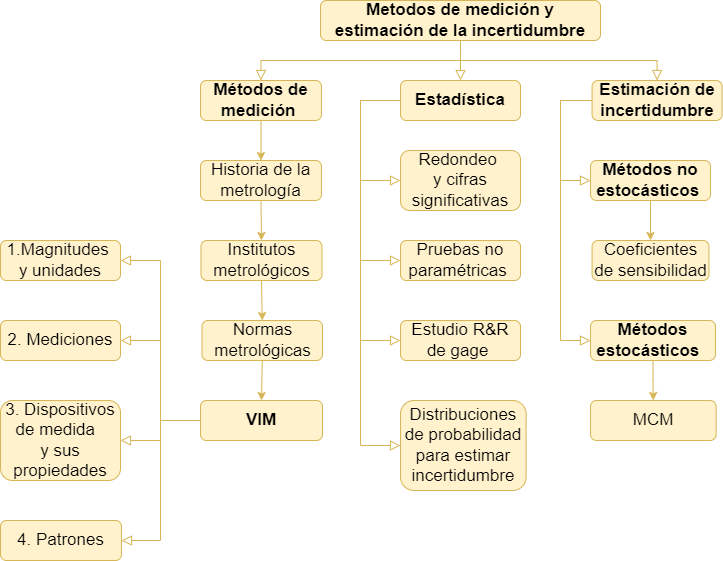
This is imagen/MMEI.png from estadisticaITM/estadisticaITM.github.io, a draw.io export, as it was before one commit. Source tidied: cells renumbered, new cells last; positions are measured from the earlier drawing's top-left corner, leaving out a move shared by most shapes.
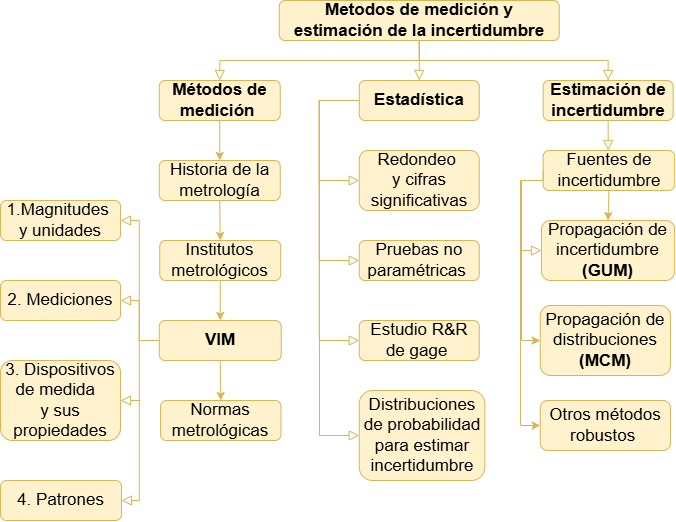
After the commit.

The edit, as a diff of the source:
```diff
@@ -5,147 +5,152 @@
     <mxCell id="2" style="rounded=0;html=1;jettySize=auto;fontSize=17;endArrow=block;endFill=0;endSize=8;strokeWidth=1;shadow=0;labelBackgroundColor=none;edgeStyle=orthogonalEdgeStyle;fillColor=#fff2cc;strokeColor=#d6b656;exitX=0.5;exitY=1;exitDx=0;exitDy=0;entryX=0.5;entryY=0;entryDx=0;entryDy=0;" parent="1" edge="1" source="3" target="5">
       <mxGeometry relative="1" as="geometry">
         <Array as="points">
-          <mxPoint x="460" y="60" />
-          <mxPoint x="261" y="60" />
+          <mxPoint x="378.8" y="60" />
+          <mxPoint x="179.8" y="60" />
         </Array>
       </mxGeometry>
     </mxCell>
     <mxCell id="3" value="&lt;b&gt;Metodos de medición y estimación de la incertidumbre&lt;/b&gt;" style="rounded=1;whiteSpace=wrap;html=1;fontSize=17;glass=0;strokeWidth=1;shadow=0;fillColor=#fff2cc;strokeColor=#d6b656;" parent="1" vertex="1">
-      <mxGeometry x="320" width="280" height="40" as="geometry" />
+      <mxGeometry x="238.8" width="280" height="40" as="geometry" />
     </mxCell>
     <mxCell id="4" style="edgeStyle=orthogonalEdgeStyle;rounded=0;html=1;jettySize=auto;fontSize=17;endArrow=block;endFill=0;endSize=8;strokeWidth=1;shadow=0;labelBackgroundColor=none;fillColor=#fff2cc;strokeColor=#d6b656;exitX=0.5;exitY=1;exitDx=0;exitDy=0;entryX=0.5;entryY=0;entryDx=0;entryDy=0;" parent="1" edge="1" source="3" target="9">
       <mxGeometry y="10" relative="1" as="geometry">
         <Array as="points">
-          <mxPoint x="460" y="60" />
-          <mxPoint x="657" y="60" />
+          <mxPoint x="379" y="60" />
+          <mxPoint x="568" y="60" />
         </Array>
       </mxGeometry>
     </mxCell>
     <mxCell id="5" value="Métodos de medición&amp;nbsp;" style="rounded=1;whiteSpace=wrap;html=1;fontSize=17;glass=0;strokeWidth=1;shadow=0;fillColor=#fff2cc;strokeColor=#d6b656;fontStyle=1;" parent="1" vertex="1">
-      <mxGeometry x="200" y="80" width="121" height="40" as="geometry" />
+      <mxGeometry x="118.8" y="80" width="121" height="40" as="geometry" />
     </mxCell>
     <mxCell id="6" style="edgeStyle=orthogonalEdgeStyle;rounded=0;html=1;jettySize=auto;fontSize=17;endArrow=block;endFill=0;endSize=8;strokeWidth=1;shadow=0;labelBackgroundColor=none;fillColor=#fff2cc;strokeColor=#d6b656;exitX=0;exitY=0.5;exitDx=0;exitDy=0;entryX=0;entryY=0.5;entryDx=0;entryDy=0;" parent="1" edge="1" source="26" target="8">
       <mxGeometry y="10" relative="1" as="geometry">
         <Array as="points">
-          <mxPoint x="360" y="100" />
-          <mxPoint x="360" y="340" />
+          <mxPoint x="278.8" y="100" />
+          <mxPoint x="278.8" y="340" />
         </Array>
       </mxGeometry>
     </mxCell>
     <mxCell id="7" value="&lt;b&gt;VIM&lt;/b&gt;" style="rounded=1;whiteSpace=wrap;html=1;fontSize=17;glass=0;strokeWidth=1;shadow=0;fillColor=#fff2cc;strokeColor=#d6b656;" parent="1" vertex="1">
-      <mxGeometry x="200" y="400" width="122" height="40" as="geometry" />
+      <mxGeometry x="118.8" y="320" width="122" height="40" as="geometry" />
     </mxCell>
     <mxCell id="8" value="Estudio R&amp;amp;R de gage&amp;nbsp;" style="rounded=1;whiteSpace=wrap;html=1;fontSize=17;glass=0;strokeWidth=1;shadow=0;fillColor=#fff2cc;strokeColor=#d6b656;" parent="1" vertex="1">
-      <mxGeometry x="400" y="320" width="120" height="40" as="geometry" />
+      <mxGeometry x="318.8" y="320" width="120" height="40" as="geometry" />
     </mxCell>
     <mxCell id="9" value="Estimación de incertidumbre" style="rounded=1;whiteSpace=wrap;html=1;fontSize=17;glass=0;strokeWidth=1;shadow=0;fillColor=#fff2cc;strokeColor=#d6b656;fontStyle=1;" parent="1" vertex="1">
-      <mxGeometry x="591.6" y="80" width="130" height="40" as="geometry" />
+      <mxGeometry x="502.7" y="80" width="130" height="40" as="geometry" />
     </mxCell>
-    <mxCell id="10" style="edgeStyle=orthogonalEdgeStyle;rounded=0;jettySize=auto;html=1;fillColor=#fff2cc;strokeColor=#d6b656;" parent="1" edge="1" source="11" target="19">
-      <mxGeometry relative="1" as="geometry" />
+    <mxCell id="10" style="edgeStyle=orthogonalEdgeStyle;rounded=0;jettySize=auto;html=1;fillColor=#fff2cc;strokeColor=#d6b656;entryX=0;entryY=0.5;entryDx=0;entryDy=0;" parent="1" edge="1" target="11">
+      <mxGeometry relative="1" as="geometry">
+        <mxPoint x="503" y="180" as="sourcePoint" />
+        <Array as="points">
+          <mxPoint x="481" y="180" />
+          <mxPoint x="481" y="340" />
+        </Array>
+      </mxGeometry>
     </mxCell>
-    <mxCell id="11" value="&lt;b&gt;Métodos estocásticos&amp;nbsp;&amp;nbsp;&lt;/b&gt;" style="rounded=1;whiteSpace=wrap;html=1;fontSize=17;glass=0;strokeWidth=1;shadow=0;fillColor=#fff2cc;strokeColor=#d6b656;" parent="1" vertex="1">
-      <mxGeometry x="590" y="320" width="125" height="40" as="geometry" />
+    <mxCell id="11" value="Propagación de distribuciones &lt;b&gt;(MCM)&lt;/b&gt;" style="rounded=1;whiteSpace=wrap;html=1;fontSize=17;glass=0;strokeWidth=1;shadow=0;fillColor=#fff2cc;strokeColor=#d6b656;" parent="1" vertex="1">
+      <mxGeometry x="499.8" y="305" width="130.2" height="70" as="geometry" />
     </mxCell>
-    <mxCell id="12" value="&lt;b&gt;Métodos no estocásticos&amp;nbsp;&lt;/b&gt;" style="rounded=1;whiteSpace=wrap;html=1;fontSize=17;glass=0;strokeWidth=1;shadow=0;fillColor=#fff2cc;strokeColor=#d6b656;" parent="1" vertex="1">
-      <mxGeometry x="590" y="160" width="120" height="40" as="geometry" />
+    <mxCell id="12" value="Fuentes de incertidumbre" style="rounded=1;whiteSpace=wrap;html=1;fontSize=17;glass=0;strokeWidth=1;shadow=0;fillColor=#fff2cc;strokeColor=#d6b656;" parent="1" vertex="1">
+      <mxGeometry x="502.6" y="150" width="131.6" height="40" as="geometry" />
     </mxCell>
-    <mxCell id="13" style="rounded=0;html=1;jettySize=auto;fontSize=17;endArrow=block;endFill=0;endSize=8;strokeWidth=1;shadow=0;labelBackgroundColor=none;edgeStyle=orthogonalEdgeStyle;fillColor=#fff2cc;strokeColor=#d6b656;entryX=0;entryY=0.5;entryDx=0;entryDy=0;exitX=0;exitY=0.5;exitDx=0;exitDy=0;" parent="1" edge="1" source="9" target="11">
+    <mxCell id="13" style="rounded=0;html=1;jettySize=auto;fontSize=17;endArrow=block;endFill=0;endSize=8;strokeWidth=1;shadow=0;labelBackgroundColor=none;edgeStyle=orthogonalEdgeStyle;fillColor=#fff2cc;strokeColor=#d6b656;entryX=0;entryY=0.5;entryDx=0;entryDy=0;exitX=0;exitY=0.5;exitDx=0;exitDy=0;" parent="1" edge="1" source="12" target="20">
       <mxGeometry y="20" relative="1" as="geometry">
         <Array as="points">
-          <mxPoint x="560" y="100" />
-          <mxPoint x="560" y="340" />
+          <mxPoint x="481" y="180" />
+          <mxPoint x="481" y="250" />
         </Array>
       </mxGeometry>
     </mxCell>
-    <mxCell id="14" style="rounded=0;html=1;jettySize=auto;fontSize=17;endArrow=block;endFill=0;endSize=8;strokeWidth=1;shadow=0;labelBackgroundColor=none;edgeStyle=orthogonalEdgeStyle;fillColor=#fff2cc;strokeColor=#d6b656;exitX=0;exitY=0.5;exitDx=0;exitDy=0;entryX=0;entryY=0.5;entryDx=0;entryDy=0;" parent="1" edge="1" source="9" target="12">
+    <mxCell id="14" style="rounded=0;html=1;jettySize=auto;fontSize=17;endArrow=block;endFill=0;endSize=8;strokeWidth=1;shadow=0;labelBackgroundColor=none;edgeStyle=orthogonalEdgeStyle;fillColor=#fff2cc;strokeColor=#d6b656;exitX=0.5;exitY=1;exitDx=0;exitDy=0;entryX=0.5;entryY=0;entryDx=0;entryDy=0;" parent="1" edge="1" source="9" target="12">
       <mxGeometry y="20" relative="1" as="geometry">
         <Array as="points">
-          <mxPoint x="560" y="100" />
-          <mxPoint x="560" y="180" />
+          <mxPoint x="568" y="150" />
         </Array>
       </mxGeometry>
     </mxCell>
     <mxCell id="15" value="Pruebas no paramétricas&amp;nbsp;" style="rounded=1;whiteSpace=wrap;html=1;fontSize=17;glass=0;strokeWidth=1;shadow=0;fillColor=#fff2cc;strokeColor=#d6b656;" parent="1" vertex="1">
-      <mxGeometry x="400" y="240" width="120" height="40" as="geometry" />
+      <mxGeometry x="318.8" y="240" width="120" height="40" as="geometry" />
     </mxCell>
     <mxCell id="16" style="edgeStyle=orthogonalEdgeStyle;rounded=0;html=1;jettySize=auto;fontSize=17;endArrow=block;endFill=0;endSize=8;strokeWidth=1;shadow=0;labelBackgroundColor=none;fillColor=#fff2cc;strokeColor=#d6b656;entryX=0;entryY=0.5;entryDx=0;entryDy=0;exitX=0;exitY=0.5;exitDx=0;exitDy=0;" parent="1" edge="1" source="26" target="17">
       <mxGeometry y="10" relative="1" as="geometry">
         <Array as="points">
-          <mxPoint x="360" y="100" />
-          <mxPoint x="360" y="180" />
+          <mxPoint x="278.8" y="100" />
+          <mxPoint x="278.8" y="180" />
         </Array>
       </mxGeometry>
     </mxCell>
     <mxCell id="17" value="Redondeo&amp;nbsp;&lt;div&gt;y cifras significativas&lt;/div&gt;" style="rounded=1;whiteSpace=wrap;html=1;fontSize=17;glass=0;strokeWidth=1;shadow=0;fillColor=#fff2cc;strokeColor=#d6b656;" parent="1" vertex="1">
-      <mxGeometry x="400" y="150" width="120" height="60" as="geometry" />
+      <mxGeometry x="318.8" y="150" width="120" height="60" as="geometry" />
     </mxCell>
     <mxCell id="18" style="edgeStyle=orthogonalEdgeStyle;rounded=0;html=1;jettySize=auto;fontSize=17;endArrow=block;endFill=0;endSize=8;strokeWidth=1;shadow=0;labelBackgroundColor=none;fillColor=#fff2cc;strokeColor=#d6b656;exitX=0.5;exitY=1;exitDx=0;exitDy=0;entryX=0.5;entryY=0;entryDx=0;entryDy=0;" parent="1" edge="1" source="3" target="26">
       <mxGeometry y="10" relative="1" as="geometry">
         <Array as="points">
-          <mxPoint x="295" y="60" />
-          <mxPoint x="415" y="60" />
+          <mxPoint x="213.8" y="60" />
+          <mxPoint x="333.8" y="60" />
         </Array>
       </mxGeometry>
     </mxCell>
-    <mxCell id="19" value="MCM" style="rounded=1;whiteSpace=wrap;html=1;fontSize=17;glass=0;strokeWidth=1;shadow=0;fillColor=#fff2cc;strokeColor=#d6b656;" parent="1" vertex="1">
-      <mxGeometry x="590" y="400" width="125.6" height="40" as="geometry" />
-    </mxCell>
-    <mxCell id="20" value="Coeficientes de sensibilidad" style="rounded=1;whiteSpace=wrap;html=1;fontSize=17;glass=0;strokeWidth=1;shadow=0;fillColor=#fff2cc;strokeColor=#d6b656;" parent="1" vertex="1">
-      <mxGeometry x="591.6" y="240" width="116.9" height="40" as="geometry" />
+    <mxCell id="20" value="Propagación de incertidumbre &lt;b&gt;(GUM)&lt;/b&gt;" style="rounded=1;whiteSpace=wrap;html=1;fontSize=17;glass=0;strokeWidth=1;shadow=0;fillColor=#fff2cc;strokeColor=#d6b656;" parent="1" vertex="1">
+      <mxGeometry x="501" y="220" width="133.2" height="60" as="geometry" />
     </mxCell>
     <mxCell id="21" value="1.Magnitudes&amp;nbsp;&lt;div&gt;y unidades&lt;/div&gt;" style="rounded=1;whiteSpace=wrap;html=1;fontSize=17;glass=0;strokeWidth=1;shadow=0;fillColor=#fff2cc;strokeColor=#d6b656;" parent="1" vertex="1">
-      <mxGeometry y="240" width="120" height="40" as="geometry" />
+      <mxGeometry x="-40" y="200" width="120" height="40" as="geometry" />
     </mxCell>
     <mxCell id="22" value="2. Mediciones" style="rounded=1;whiteSpace=wrap;html=1;fontSize=17;glass=0;strokeWidth=1;shadow=0;fillColor=#fff2cc;strokeColor=#d6b656;" parent="1" vertex="1">
-      <mxGeometry y="320" width="120" height="40" as="geometry" />
+      <mxGeometry x="-40" y="280" width="120" height="40" as="geometry" />
     </mxCell>
     <mxCell id="23" value="3. Dispositivos de medida&amp;nbsp;&amp;nbsp;&lt;div&gt;&lt;span style=&quot;background-color: initial;&quot;&gt;y sus propiedades&lt;/span&gt;&lt;/div&gt;" style="rounded=1;whiteSpace=wrap;html=1;fontSize=17;glass=0;strokeWidth=1;shadow=0;fillColor=#fff2cc;strokeColor=#d6b656;" parent="1" vertex="1">
-      <mxGeometry y="400" width="120" height="80" as="geometry" />
+      <mxGeometry x="-40" y="360" width="120" height="80" as="geometry" />
     </mxCell>
     <mxCell id="24" value="4. Patrones" style="rounded=1;whiteSpace=wrap;html=1;fontSize=17;glass=0;strokeWidth=1;shadow=0;fillColor=#fff2cc;strokeColor=#d6b656;" parent="1" vertex="1">
-      <mxGeometry y="520" width="121" height="40" as="geometry" />
+      <mxGeometry x="-40" y="480" width="121" height="40" as="geometry" />
     </mxCell>
-    <mxCell id="25" style="edgeStyle=orthogonalEdgeStyle;rounded=0;html=1;jettySize=auto;fontSize=17;endArrow=block;endFill=0;endSize=8;strokeWidth=1;shadow=0;labelBackgroundColor=none;fillColor=#fff2cc;strokeColor=#d6b656;exitX=0;exitY=0.5;exitDx=0;exitDy=0;entryX=1;entryY=0.5;entryDx=0;entryDy=0;" parent="1" edge="1" source="7" target="23">
+    <mxCell id="25" style="edgeStyle=orthogonalEdgeStyle;rounded=0;html=1;jettySize=auto;fontSize=17;endArrow=block;endFill=0;endSize=8;strokeWidth=1;shadow=0;labelBackgroundColor=none;fillColor=#fff2cc;strokeColor=#d6b656;entryX=1;entryY=0.5;entryDx=0;entryDy=0;exitX=0;exitY=0.5;exitDx=0;exitDy=0;" parent="1" edge="1" source="7" target="23">
       <mxGeometry y="10" relative="1" as="geometry">
         <Array as="points">
-          <mxPoint x="160" y="420" />
-          <mxPoint x="160" y="440" />
+          <mxPoint x="98.8" y="340" />
+          <mxPoint x="98.8" y="400" />
         </Array>
       </mxGeometry>
     </mxCell>
     <mxCell id="26" value="Estadística" style="rounded=1;whiteSpace=wrap;html=1;fontSize=17;glass=0;strokeWidth=1;shadow=0;fillColor=#fff2cc;strokeColor=#d6b656;fontStyle=1;" parent="1" vertex="1">
-      <mxGeometry x="400" y="80" width="120" height="40" as="geometry" />
+      <mxGeometry x="318.8" y="80" width="120" height="40" as="geometry" />
     </mxCell>
     <mxCell id="27" style="edgeStyle=orthogonalEdgeStyle;rounded=0;html=1;jettySize=auto;fontSize=17;endArrow=block;endFill=0;endSize=8;strokeWidth=1;shadow=0;labelBackgroundColor=none;fillColor=#fff2cc;strokeColor=#d6b656;entryX=0;entryY=0.5;entryDx=0;entryDy=0;exitX=0;exitY=0.5;exitDx=0;exitDy=0;" parent="1" edge="1" source="26" target="15">
       <mxGeometry y="10" relative="1" as="geometry">
         <Array as="points">
-          <mxPoint x="360" y="100" />
-          <mxPoint x="360" y="260" />
+          <mxPoint x="278.8" y="100" />
+          <mxPoint x="278.8" y="260" />
         </Array>
       </mxGeometry>
     </mxCell>
-    <mxCell id="28" style="edgeStyle=orthogonalEdgeStyle;rounded=0;html=1;jettySize=auto;fontSize=17;endArrow=block;endFill=0;endSize=8;strokeWidth=1;shadow=0;labelBackgroundColor=none;fillColor=#fff2cc;strokeColor=#d6b656;entryX=1;entryY=0.5;entryDx=0;entryDy=0;exitX=0;exitY=0.5;exitDx=0;exitDy=0;" parent="1" edge="1" source="7" target="22">
+    <mxCell id="28" style="edgeStyle=orthogonalEdgeStyle;rounded=0;html=1;jettySize=auto;fontSize=17;endArrow=block;endFill=0;endSize=8;strokeWidth=1;shadow=0;labelBackgroundColor=none;fillColor=#fff2cc;strokeColor=#d6b656;exitX=0;exitY=0.5;exitDx=0;exitDy=0;" parent="1" edge="1" source="7">
       <mxGeometry y="10" relative="1" as="geometry">
+        <mxPoint x="80" y="300" as="targetPoint" />
         <Array as="points">
-          <mxPoint x="160" y="420" />
-          <mxPoint x="160" y="340" />
+          <mxPoint x="98.8" y="340" />
+          <mxPoint x="98.8" y="300" />
         </Array>
       </mxGeometry>
     </mxCell>
-    <mxCell id="29" style="edgeStyle=orthogonalEdgeStyle;rounded=0;html=1;jettySize=auto;fontSize=17;endArrow=block;endFill=0;endSize=8;strokeWidth=1;shadow=0;labelBackgroundColor=none;fillColor=#fff2cc;strokeColor=#d6b656;exitX=0;exitY=0.5;exitDx=0;exitDy=0;entryX=1;entryY=0.5;entryDx=0;entryDy=0;" parent="1" edge="1" source="7" target="21">
+    <mxCell id="29" style="edgeStyle=orthogonalEdgeStyle;rounded=0;html=1;jettySize=auto;fontSize=17;endArrow=block;endFill=0;endSize=8;strokeWidth=1;shadow=0;labelBackgroundColor=none;fillColor=#fff2cc;strokeColor=#d6b656;exitX=0;exitY=0.5;exitDx=0;exitDy=0;" parent="1" edge="1" source="7">
       <mxGeometry y="10" relative="1" as="geometry">
+        <mxPoint x="80" y="220" as="targetPoint" />
         <Array as="points">
-          <mxPoint x="160" y="420" />
-          <mxPoint x="160" y="260" />
+          <mxPoint x="98.8" y="340" />
+          <mxPoint x="98.8" y="220" />
         </Array>
       </mxGeometry>
     </mxCell>
-    <mxCell id="30" style="edgeStyle=orthogonalEdgeStyle;rounded=0;html=1;jettySize=auto;fontSize=17;endArrow=block;endFill=0;endSize=8;strokeWidth=1;shadow=0;labelBackgroundColor=none;fillColor=#fff2cc;strokeColor=#d6b656;entryX=1;entryY=0.5;entryDx=0;entryDy=0;exitX=0;exitY=0.5;exitDx=0;exitDy=0;" parent="1" edge="1" source="7" target="24">
+    <mxCell id="30" style="edgeStyle=orthogonalEdgeStyle;rounded=0;html=1;jettySize=auto;fontSize=17;endArrow=block;endFill=0;endSize=8;strokeWidth=1;shadow=0;labelBackgroundColor=none;fillColor=#fff2cc;strokeColor=#d6b656;entryX=1;entryY=0.5;entryDx=0;entryDy=0;" parent="1" edge="1" target="24">
       <mxGeometry y="10" relative="1" as="geometry">
+        <mxPoint x="100" y="400" as="sourcePoint" />
         <Array as="points">
-          <mxPoint x="160" y="420" />
-          <mxPoint x="160" y="540" />
+          <mxPoint x="98.8" y="400" />
+          <mxPoint x="98.8" y="500" />
         </Array>
       </mxGeometry>
     </mxCell>
@@ -153,23 +158,23 @@
       <mxGeometry relative="1" as="geometry" />
     </mxCell>
     <mxCell id="32" value="Historia de la metrología" style="rounded=1;whiteSpace=wrap;html=1;fillColor=#fff2cc;strokeColor=#d6b656;fontSize=17;" parent="1" vertex="1">
-      <mxGeometry x="200" y="160" width="121" height="40" as="geometry" />
+      <mxGeometry x="118.8" y="160" width="121" height="40" as="geometry" />
     </mxCell>
     <mxCell id="33" value="Institutos metrológicos" style="rounded=1;whiteSpace=wrap;html=1;fillColor=#fff2cc;strokeColor=#d6b656;fontSize=17;" parent="1" vertex="1">
-      <mxGeometry x="200.5" y="240" width="121" height="40" as="geometry" />
+      <mxGeometry x="119.2" y="240" width="121" height="40" as="geometry" />
     </mxCell>
     <mxCell id="34" value="&lt;div&gt;&lt;span style=&quot;background-color: initial;&quot;&gt;Normas metrológicas&lt;/span&gt;&lt;br&gt;&lt;/div&gt;" style="rounded=1;whiteSpace=wrap;html=1;fillColor=#fff2cc;strokeColor=#d6b656;fontSize=17;" parent="1" vertex="1">
-      <mxGeometry x="201.5" y="320" width="120.5" height="40" as="geometry" />
+      <mxGeometry x="120" y="400" width="120.5" height="40" as="geometry" />
     </mxCell>
     <mxCell id="35" value="Distribuciones de probabilidad para estimar incertidumbre" style="rounded=1;whiteSpace=wrap;html=1;fontSize=17;glass=0;strokeWidth=1;shadow=0;fillColor=#fff2cc;strokeColor=#d6b656;" parent="1" vertex="1">
-      <mxGeometry x="400" y="400" width="125.6" height="90" as="geometry" />
+      <mxGeometry x="318.8" y="390" width="125.6" height="90" as="geometry" />
     </mxCell>
     <mxCell id="36" style="edgeStyle=orthogonalEdgeStyle;rounded=0;html=1;jettySize=auto;fontSize=17;endArrow=block;endFill=0;endSize=8;strokeWidth=1;shadow=0;labelBackgroundColor=none;fillColor=#fff2cc;strokeColor=#d6b656;entryX=0;entryY=0.5;entryDx=0;entryDy=0;" parent="1" edge="1" target="35">
       <mxGeometry y="10" relative="1" as="geometry">
-        <mxPoint x="400" y="100" as="sourcePoint" />
+        <mxPoint x="318.8" y="100" as="sourcePoint" />
         <Array as="points">
-          <mxPoint x="360" y="100" />
-          <mxPoint x="360" y="445" />
+          <mxPoint x="279" y="100" />
+          <mxPoint x="279" y="435" />
         </Array>
       </mxGeometry>
     </mxCell>
@@ -179,11 +184,23 @@
     <mxCell id="38" style="endArrow=classic;html=1;rounded=0;fillColor=#fff2cc;strokeColor=#d6b656;exitX=0.5;exitY=1;exitDx=0;exitDy=0;entryX=0.5;entryY=0;entryDx=0;entryDy=0;" parent="1" edge="1" source="32" target="33">
       <mxGeometry relative="1" as="geometry" />
     </mxCell>
-    <mxCell id="39" style="endArrow=classic;html=1;rounded=0;fillColor=#fff2cc;strokeColor=#d6b656;exitX=0.5;exitY=1;exitDx=0;exitDy=0;entryX=0.5;entryY=0;entryDx=0;entryDy=0;" parent="1" edge="1" source="33" target="34">
+    <mxCell id="39" style="endArrow=classic;html=1;rounded=0;fillColor=#fff2cc;strokeColor=#d6b656;exitX=0.5;exitY=1;exitDx=0;exitDy=0;entryX=0.5;entryY=0;entryDx=0;entryDy=0;" parent="1" edge="1" source="33" target="7">
       <mxGeometry relative="1" as="geometry" />
     </mxCell>
-    <mxCell id="40" style="endArrow=classic;html=1;rounded=0;fillColor=#fff2cc;strokeColor=#d6b656;exitX=0.5;exitY=1;exitDx=0;exitDy=0;entryX=0.5;entryY=0;entryDx=0;entryDy=0;" parent="1" edge="1" source="34" target="7">
+    <mxCell id="40" style="endArrow=classic;html=1;rounded=0;fillColor=#fff2cc;strokeColor=#d6b656;exitX=0.5;exitY=1;exitDx=0;exitDy=0;entryX=0.5;entryY=0;entryDx=0;entryDy=0;" parent="1" edge="1" source="7" target="34">
       <mxGeometry relative="1" as="geometry" />
     </mxCell>
+    <mxCell id="41" value="Otros métodos robustos&amp;nbsp;" style="rounded=1;whiteSpace=wrap;html=1;fontSize=17;glass=0;strokeWidth=1;shadow=0;fillColor=#fff2cc;strokeColor=#d6b656;" parent="1" vertex="1">
+      <mxGeometry x="499.8" y="400" width="130.2" height="50" as="geometry" />
+    </mxCell>
+    <mxCell id="42" style="edgeStyle=orthogonalEdgeStyle;rounded=0;jettySize=auto;html=1;fillColor=#fff2cc;strokeColor=#d6b656;entryX=0;entryY=0.5;entryDx=0;entryDy=0;" parent="1" edge="1" target="41">
+      <mxGeometry relative="1" as="geometry">
+        <mxPoint x="500" y="180" as="sourcePoint" />
+        <Array as="points">
+          <mxPoint x="480" y="180" />
+          <mxPoint x="480" y="425" />
+        </Array>
+      </mxGeometry>
+    </mxCell>
   </root>
 </mxGraphModel>
```
